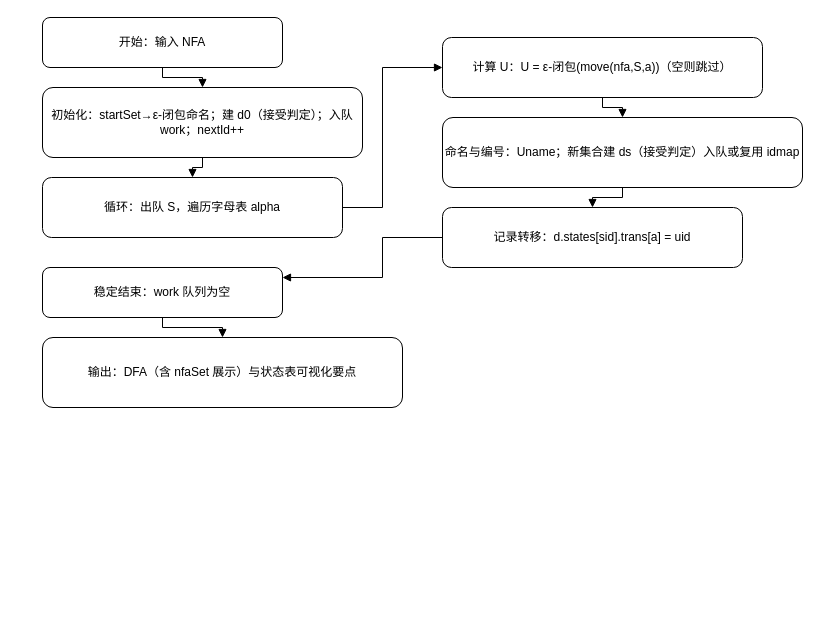
Earlier version of the draw.io diagram docs/exp_docs/exp1/pic/04_子集构造流程.drawio (LZStarV/byyl_course_1). Source tidied: cells renumbered, new cells numbered last; positions are measured from the earlier drawing's top-left corner, leaving out a move shared by most shapes. Both pictures are drawn from the tidied source at 100%, with x=0, y=0 at pixel (42, 17).
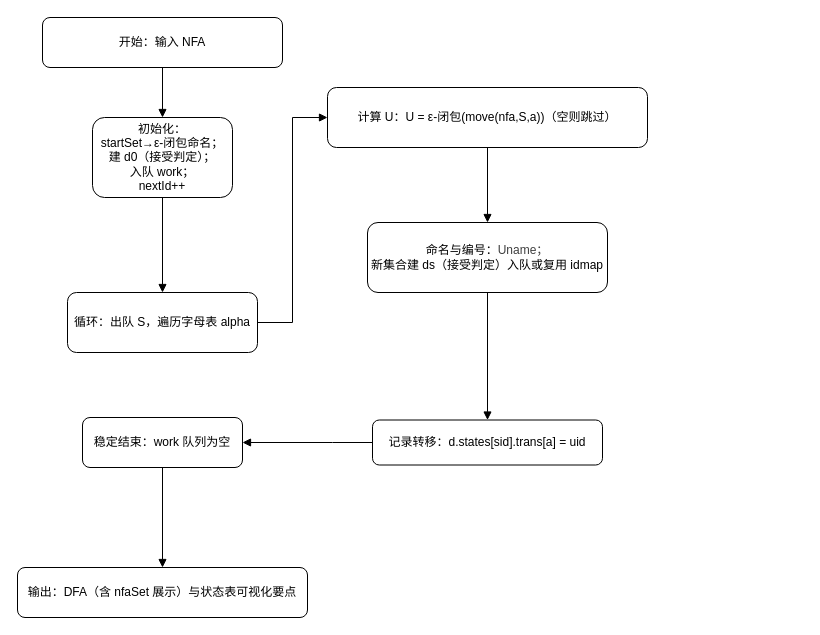
Above is the later version.

What changed in the source:
```diff
@@
-    <mxCell id="3" value="初始化：startSet→ε-闭包命名；建 d0（接受判定）；入队 work；nextId++" style="rounded=1;whiteSpace=wrap;html=1;" parent="1" vertex="1">
-      <mxGeometry y="70" width="320" height="70" as="geometry" />
+    <mxCell id="3" value="初始化：&lt;div&gt;startSet→ε-闭包命名；&lt;/div&gt;&lt;div&gt;建 d0（接受判定）；&lt;div&gt;入队 work；&lt;/div&gt;&lt;div&gt;nextId++&lt;/div&gt;&lt;/div&gt;" style="rounded=1;whiteSpace=wrap;html=1;" parent="1" vertex="1">
+      <mxGeometry x="50" y="100" width="140" height="80" as="geometry" />
     </mxCell>
     <mxCell id="4" value="循环：出队 S，遍历字母表 alpha" style="rounded=1;whiteSpace=wrap;html=1;" parent="1" vertex="1">
-      <mxGeometry y="160" width="300" height="60" as="geometry" />
+      <mxGeometry x="25" y="275" width="190" height="60" as="geometry" />
     </mxCell>
     <mxCell id="5" value="计算 U：U = ε-闭包(move(nfa,S,a))（空则跳过）" style="rounded=1;whiteSpace=wrap;html=1;" parent="1" vertex="1">
-      <mxGeometry x="400" y="20" width="320" height="60" as="geometry" />
+      <mxGeometry x="285" y="70" width="320" height="60" as="geometry" />
     </mxCell>
-    <mxCell id="6" value="命名与编号：Uname；新集合建 ds（接受判定）入队或复用 idmap" style="rounded=1;whiteSpace=wrap;html=1;" parent="1" vertex="1">
-      <mxGeometry x="400" y="100" width="360" height="70" as="geometry" />
+    <mxCell id="6" value="命名与编号：&lt;span style=&quot;color: rgb(63, 63, 63); background-color: transparent;&quot;&gt;Uname；&lt;/span&gt;&lt;div&gt;新集合建 ds（接受判定）入队或复用 idmap&lt;/div&gt;" style="rounded=1;whiteSpace=wrap;html=1;" parent="1" vertex="1">
+      <mxGeometry x="325" y="205" width="240" height="70" as="geometry" />
     </mxCell>
     <mxCell id="7" value="记录转移：d.states[sid].trans[a] = uid" style="rounded=1;whiteSpace=wrap;html=1;" parent="1" vertex="1">
-      <mxGeometry x="400" y="190" width="300" height="60" as="geometry" />
+      <mxGeometry x="330" y="402.5" width="230" height="45" as="geometry" />
     </mxCell>
     <mxCell id="8" value="稳定结束：work 队列为空" style="rounded=1;whiteSpace=wrap;html=1;" parent="1" vertex="1">
-      <mxGeometry y="250" width="240" height="50" as="geometry" />
+      <mxGeometry x="40" y="400" width="160" height="50" as="geometry" />
     </mxCell>
     <mxCell id="9" value="输出：DFA（含 nfaSet 展示）与状态表可视化要点" style="rounded=1;whiteSpace=wrap;html=1;" parent="1" vertex="1">
-      <mxGeometry y="320" width="360" height="70" as="geometry" />
+      <mxGeometry x="-25" y="550" width="290" height="50" as="geometry" />
     </mxCell>
@@
-    <mxCell id="12" style="edgeStyle=orthogonalEdgeStyle;rounded=0;html=1;endArrow=block;endFill=1;" parent="1" edge="1" source="4" target="5">
+    <mxCell id="12" style="edgeStyle=orthogonalEdgeStyle;rounded=0;html=1;endArrow=block;endFill=1;exitX=1;exitY=0.5;exitDx=0;exitDy=0;entryX=0;entryY=0.5;entryDx=0;entryDy=0;" parent="1" edge="1" source="4" target="5">
       <mxGeometry relative="1" as="geometry">
         <Array as="points">
-          <mxPoint x="340" y="190" />
+          <mxPoint x="250" y="305" />
+          <mxPoint x="250" y="100" />
         </Array>
       </mxGeometry>
     </mxCell>
@@
-    <mxCell id="15" style="edgeStyle=orthogonalEdgeStyle;rounded=0;html=1;endArrow=block;endFill=1;" parent="1" edge="1" source="7" target="8">
+    <mxCell id="15" style="edgeStyle=orthogonalEdgeStyle;rounded=0;html=1;endArrow=block;endFill=1;entryX=1;entryY=0.5;entryDx=0;entryDy=0;exitX=0;exitY=0.5;exitDx=0;exitDy=0;" parent="1" edge="1" source="7" target="8">
       <mxGeometry relative="1" as="geometry">
         <Array as="points">
-          <mxPoint x="340" y="220" />
-          <mxPoint x="340" y="260" />
+          <mxPoint x="290" y="425" />
+          <mxPoint x="290" y="425" />
         </Array>
       </mxGeometry>
     </mxCell>
```
